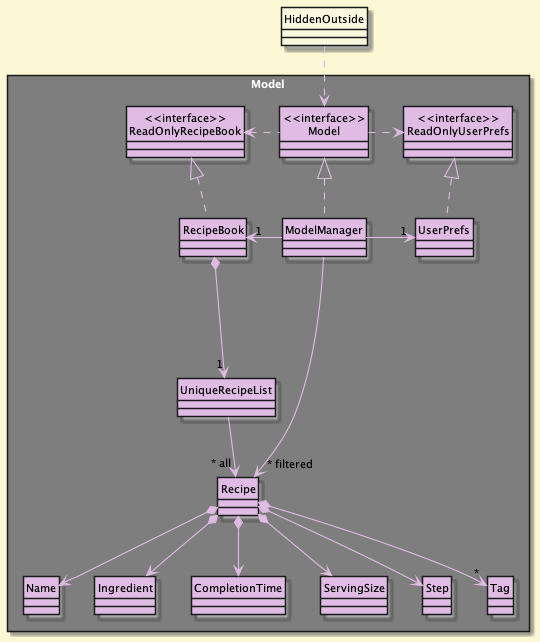
Before: docs/umlDiagrams/img/ModelClassDiagram.png, a diagram exported from PlantUML (yusufaine/tp).
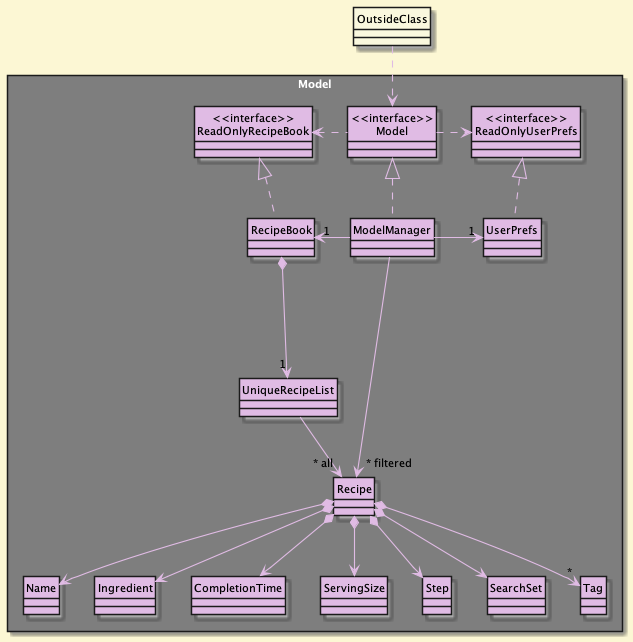
Later version of the same file.

Change to the diagram source:
```diff
@@ -23,11 +23,12 @@
 Class Tag
 Class ServingSize
 Class Step
+Class SearchSet
 
 }
 
-Class HiddenOutside #faf8de
-HiddenOutside ..> Model
+Class OutsideClass #faf8de
+OutsideClass ..> Model
 
 RecipeBook .up.|> ReadOnlyRecipeBook
 
@@ -45,11 +46,14 @@
 Recipe *--> Ingredient
 Recipe*--> ServingSize
 Recipe*--> Step
+Recipe*--> SearchSet
 Recipe *--> "*" Tag
+
 
 Name -[hidden]right-> Ingredient
 Ingredient -[hidden]right-> CompletionTime
 CompletionTime -[hidden]right-> ServingSize
 ServingSize -[hidden]right-> Step
+Step -[hidden]right->SearchSet
 ModelManager ---->"~* filtered" Recipe
 @enduml
```
